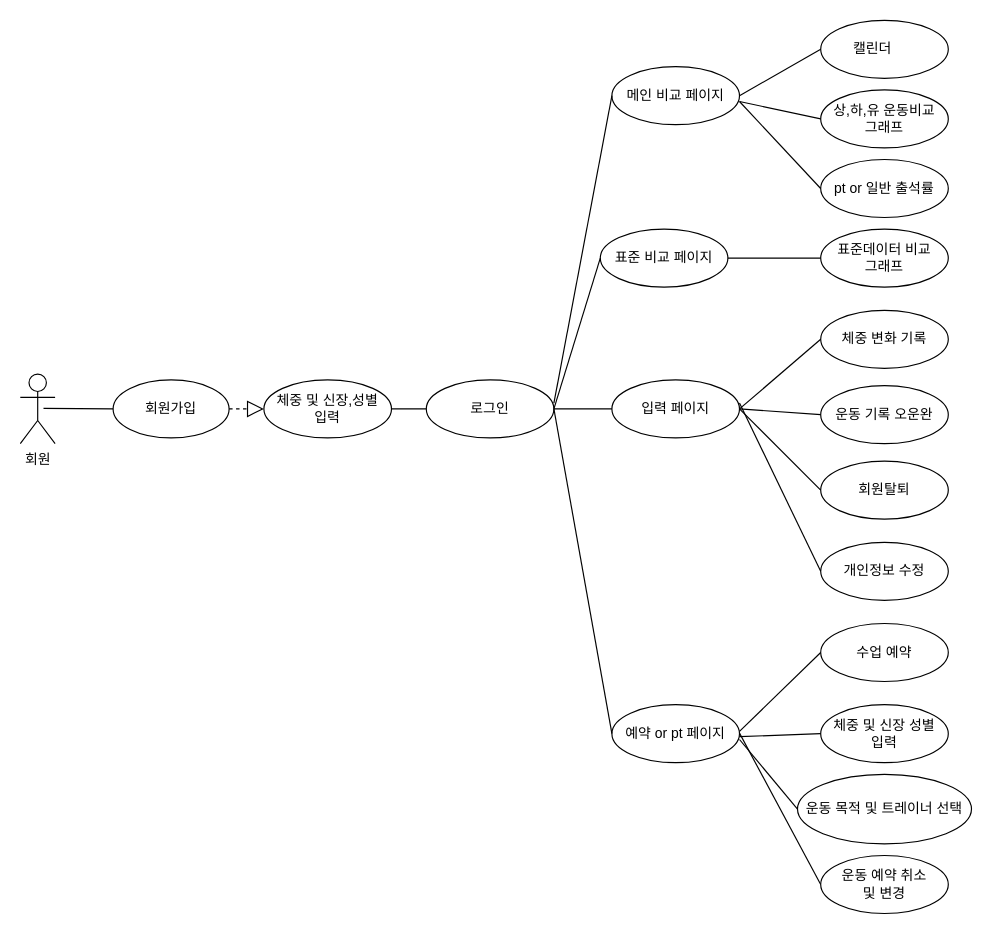
Before: 운동 시각화 서비스.drawio in beomsu-j/bigdata, a draw.io diagram. Source tidied: cells renumbered, new cells numbered last; positions are measured from the earlier drawing's top-left corner, leaving out a move shared by most shapes. Both pictures are drawn from the tidied source at 116%, with x=0, y=0 at pixel (20, 20).
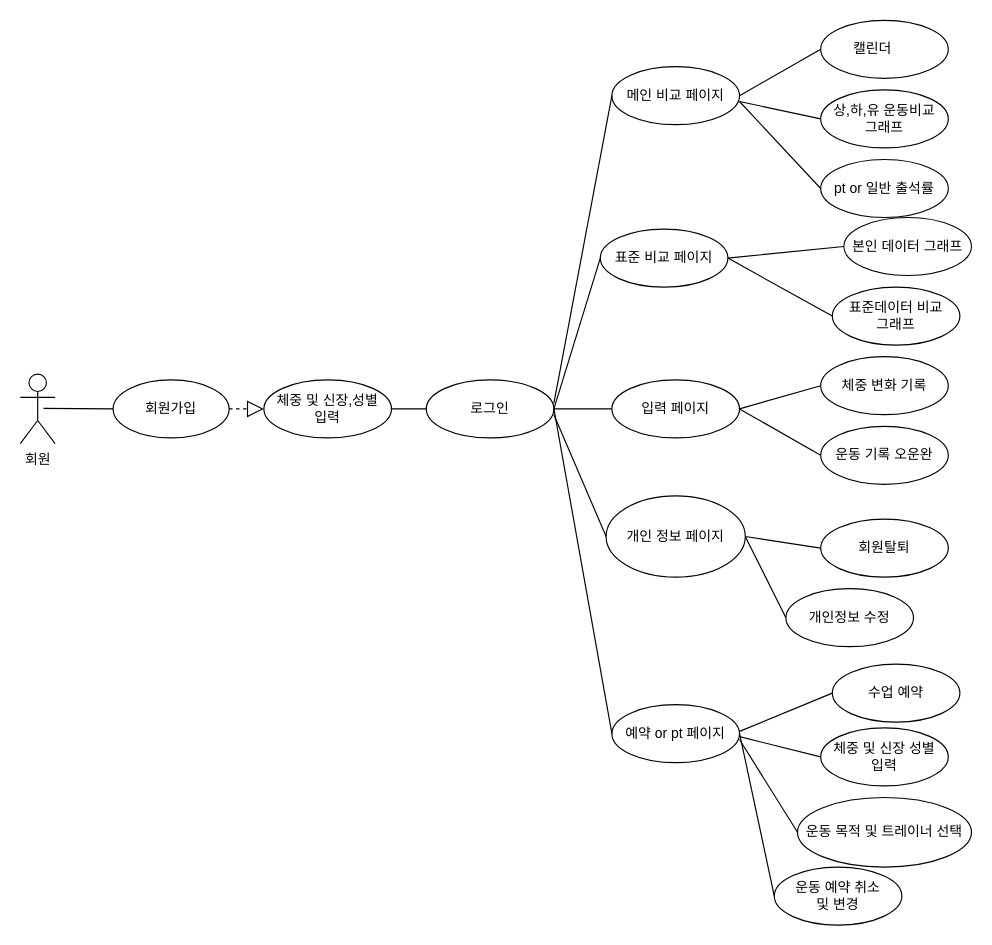
After the change.

Commit message:
운동 시각화 서비스.drawio 업데이트

The change refers to these unchanged cells:
```xml
<mxCell id="7" value="입력 페이지" style="ellipse;whiteSpace=wrap;html=1;align=center;" parent="1" vertex="1">
  <mxGeometry x="510" y="310" width="110" height="50" as="geometry" />
</mxCell>
<mxCell id="8" value="표준 비교 페이지" style="ellipse;whiteSpace=wrap;html=1;align=center;" parent="1" vertex="1">
  <mxGeometry x="500" y="180" width="110" height="50" as="geometry" />
</mxCell>
```

What changed in the source:
```diff
@@
     <mxCell id="13" value="표준데이터 비교&lt;br&gt;그래프" style="ellipse;whiteSpace=wrap;html=1;align=center;" parent="1" vertex="1">
-      <mxGeometry x="690" y="180" width="110" height="50" as="geometry" />
+      <mxGeometry x="700" y="230" width="110" height="50" as="geometry" />
     </mxCell>
     <mxCell id="14" value="체중 변화 기록" style="ellipse;whiteSpace=wrap;html=1;align=center;" parent="1" vertex="1">
-      <mxGeometry x="690" y="250" width="110" height="50" as="geometry" />
+      <mxGeometry x="690" y="290" width="110" height="50" as="geometry" />
     </mxCell>
     <mxCell id="15" value="개인정보 수정" style="ellipse;whiteSpace=wrap;html=1;align=center;" parent="1" vertex="1">
-      <mxGeometry x="690" y="450" width="110" height="50" as="geometry" />
+      <mxGeometry x="660" y="490" width="110" height="50" as="geometry" />
     </mxCell>
     <mxCell id="16" value="회원탈퇴" style="ellipse;whiteSpace=wrap;html=1;align=center;" parent="1" vertex="1">
-      <mxGeometry x="690" y="380" width="110" height="50" as="geometry" />
+      <mxGeometry x="690" y="430" width="110" height="50" as="geometry" />
     </mxCell>
     <mxCell id="17" value="운동 기록 오운완" style="ellipse;whiteSpace=wrap;html=1;align=center;" parent="1" vertex="1">
-      <mxGeometry x="690" y="315" width="110" height="50" as="geometry" />
+      <mxGeometry x="690" y="350" width="110" height="50" as="geometry" />
     </mxCell>
     <mxCell id="18" value="운동 목적 및 트레이너 선택" style="ellipse;whiteSpace=wrap;html=1;align=center;" parent="1" vertex="1">
-      <mxGeometry x="670" y="650" width="150" height="60" as="geometry" />
+      <mxGeometry x="670" y="670" width="150" height="60" as="geometry" />
     </mxCell>
     <mxCell id="19" value="체중 및 신장 성별&lt;br&gt;입력" style="ellipse;whiteSpace=wrap;html=1;align=center;" parent="1" vertex="1">
-      <mxGeometry x="690" y="590" width="110" height="50" as="geometry" />
+      <mxGeometry x="690" y="610" width="110" height="50" as="geometry" />
     </mxCell>
     <mxCell id="20" value="수업 예약" style="ellipse;whiteSpace=wrap;html=1;align=center;" parent="1" vertex="1">
-      <mxGeometry x="690" y="520" width="110" height="50" as="geometry" />
+      <mxGeometry x="700" y="555" width="110" height="50" as="geometry" />
     </mxCell>
@@
-    <mxCell id="32" style="endArrow=none;html=1;rounded=0;" parent="1" edge="1">
+    <mxCell id="32" style="endArrow=none;html=1;rounded=0;entryX=0;entryY=0.5;entryDx=0;entryDy=0;" parent="1" edge="1" target="14">
       <mxGeometry relative="1" as="geometry">
         <mxPoint x="620" y="335" as="sourcePoint" />
-        <mxPoint x="690" y="275" as="targetPoint" />
       </mxGeometry>
     </mxCell>
@@
-    <mxCell id="35" style="endArrow=none;html=1;rounded=0;entryX=1;entryY=0.5;entryDx=0;entryDy=0;exitX=0;exitY=0.5;exitDx=0;exitDy=0;" parent="1" edge="1" source="16" target="7">
+    <mxCell id="35" style="endArrow=none;html=1;rounded=0;entryX=1;entryY=0.5;entryDx=0;entryDy=0;exitX=0;exitY=0.5;exitDx=0;exitDy=0;" parent="1" edge="1" source="16" target="41">
       <mxGeometry relative="1" as="geometry" />
     </mxCell>
-    <mxCell id="36" style="endArrow=none;html=1;rounded=0;exitX=0;exitY=0.5;exitDx=0;exitDy=0;" parent="1" edge="1" source="15">
-      <mxGeometry relative="1" as="geometry">
-        <mxPoint x="620" y="330" as="targetPoint" />
-      </mxGeometry>
+    <mxCell id="36" style="endArrow=none;html=1;rounded=0;exitX=0;exitY=0.5;exitDx=0;exitDy=0;entryX=1;entryY=0.5;entryDx=0;entryDy=0;" parent="1" edge="1" source="15" target="41">
+      <mxGeometry relative="1" as="geometry" />
     </mxCell>
@@
     <mxCell id="40" value="운동 예약 취소&lt;br&gt;및 변경" style="ellipse;whiteSpace=wrap;html=1;align=center;" parent="1" vertex="1">
-      <mxGeometry x="690" y="720" width="110" height="50" as="geometry" />
+      <mxGeometry x="650" y="730" width="110" height="50" as="geometry" />
     </mxCell>
+    <mxCell id="41" value="개인 정보 페이지" style="ellipse;whiteSpace=wrap;html=1;" parent="1" vertex="1">
+      <mxGeometry x="505" y="410" width="120" height="70" as="geometry" />
+    </mxCell>
+    <mxCell id="42" style="endArrow=none;html=1;rounded=0;exitX=0;exitY=0.5;exitDx=0;exitDy=0;" parent="1" edge="1" source="41">
+      <mxGeometry relative="1" as="geometry">
+        <mxPoint x="460" y="340" as="targetPoint" />
+      </mxGeometry>
+    </mxCell>
+    <mxCell id="43" value="본인 데이터 그래프" style="ellipse;whiteSpace=wrap;html=1;align=center;" parent="1" vertex="1">
+      <mxGeometry x="710" y="170" width="110" height="50" as="geometry" />
+    </mxCell>
+    <mxCell id="44" style="endArrow=none;html=1;rounded=0;exitX=1;exitY=0.5;exitDx=0;exitDy=0;entryX=0;entryY=0.5;entryDx=0;entryDy=0;" parent="1" edge="1" source="8" target="43">
+      <mxGeometry relative="1" as="geometry" />
+    </mxCell>
```
